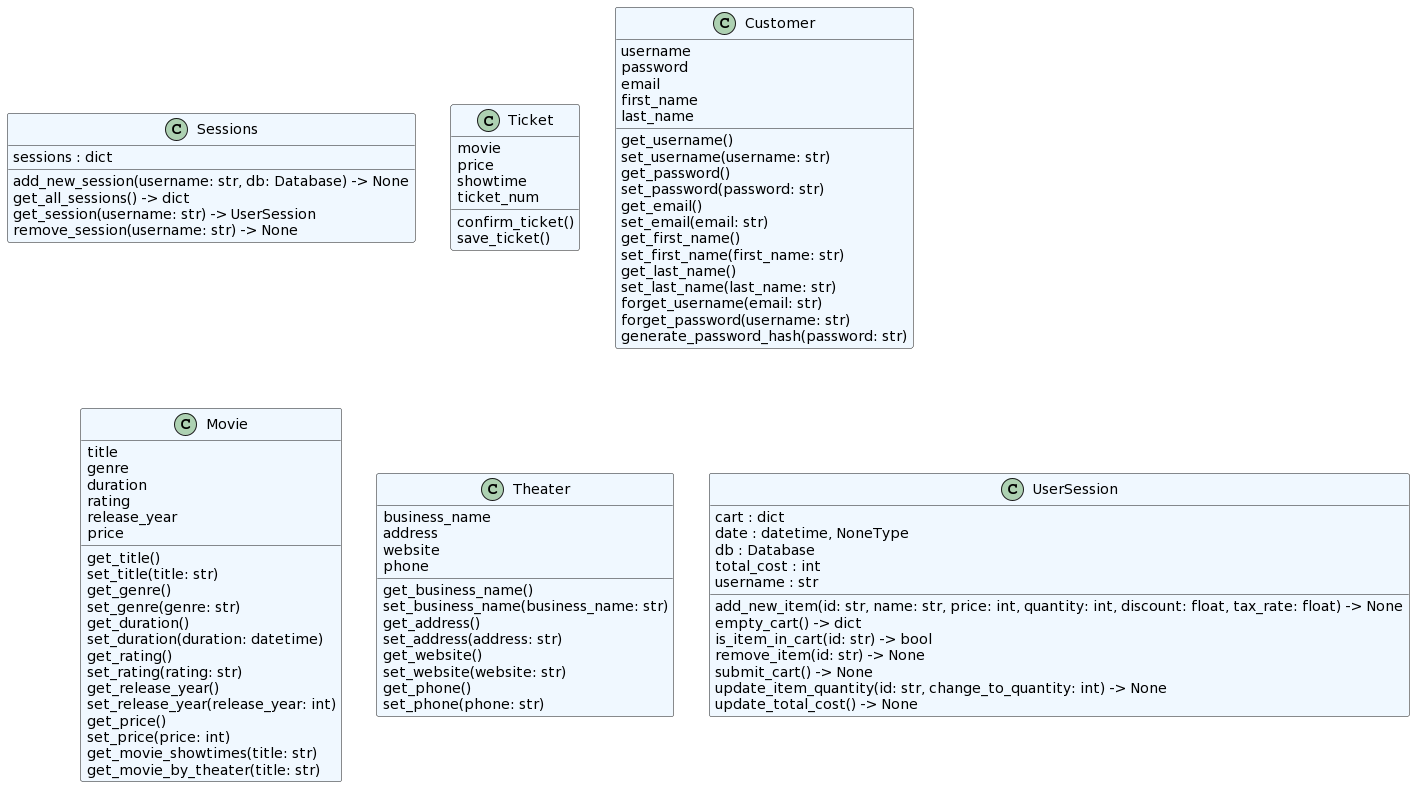
Earlier version of the PlantUML export docs/diagrams/system/core_classes_updated.png (Mlliot/onlineStoreTemplate).
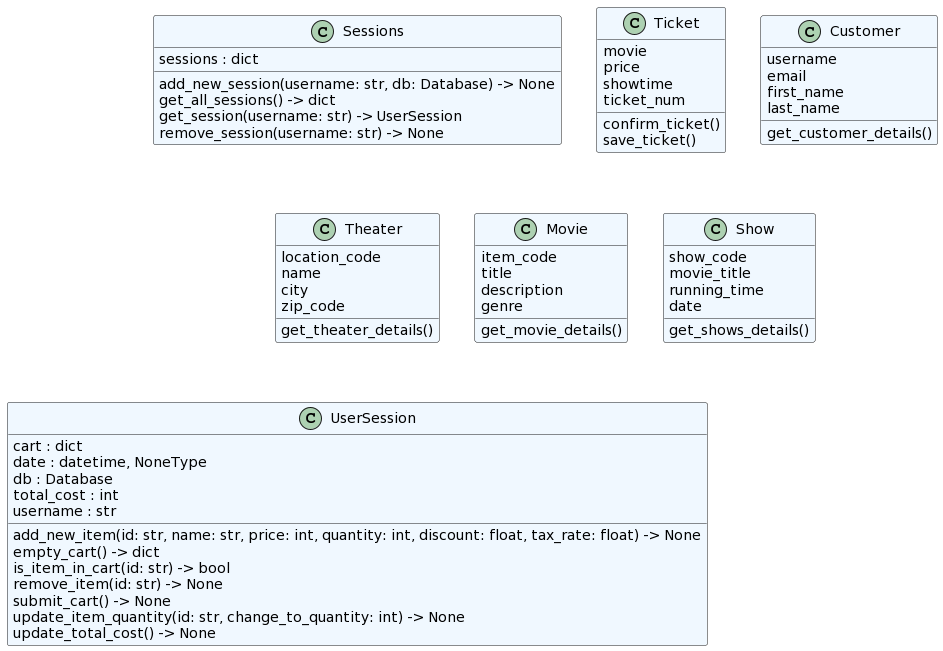
Above is the later version.

What changed in the source:
```diff
@@ -17,59 +17,31 @@
 }
 class "Customer" as core.customer.Customer #aliceblue {
   username
-  password
   email
   first_name
   last_name
-  get_username()
-  set_username(username: str)
-  get_password()
-  set_password(password: str)
-  get_email()
-  set_email(email: str)
-  get_first_name()
-  set_first_name(first_name: str)
-  get_last_name()
-  set_last_name(last_name: str)
-  forget_username(email: str)
-  forget_password(username: str)
-  generate_password_hash(password: str)
+  get_customer_details()
+}
+class "Theater" as core.theater.Theater #aliceblue {
+  location_code
+  name
+  city
+  zip_code
+  get_theater_details()
 }
 class "Movie" as core.movie.Movie #aliceblue {
+  item_code
   title
+  description
   genre
-  duration
-  rating
-  release_year
-  price
-  get_title()
-  set_title(title: str)
-  get_genre()
-  set_genre(genre: str)
-  get_duration()
-  set_duration(duration: datetime)
-  get_rating()
-  set_rating(rating: str)
-  get_release_year()
-  set_release_year(release_year: int)
-  get_price()
-  set_price(price: int)
-  get_movie_showtimes(title: str)
-  get_movie_by_theater(title: str)
+  get_movie_details()
 }
-class "Theater" as core.theater.Theater #aliceblue {
-  business_name
-  address
-  website
-  phone
-  get_business_name()
-  set_business_name(business_name: str)
-  get_address()
-  set_address(address: str)
-  get_website()
-  set_website(website: str)
-  get_phone()
-  set_phone(phone: str)
+class "Show" as core.show.Show #aliceblue {
+  show_code
+  movie_title
+  running_time
+  date
+  get_shows_details()
 }
 class "UserSession" as core.session.UserSession #aliceblue {
   cart : dict
```
